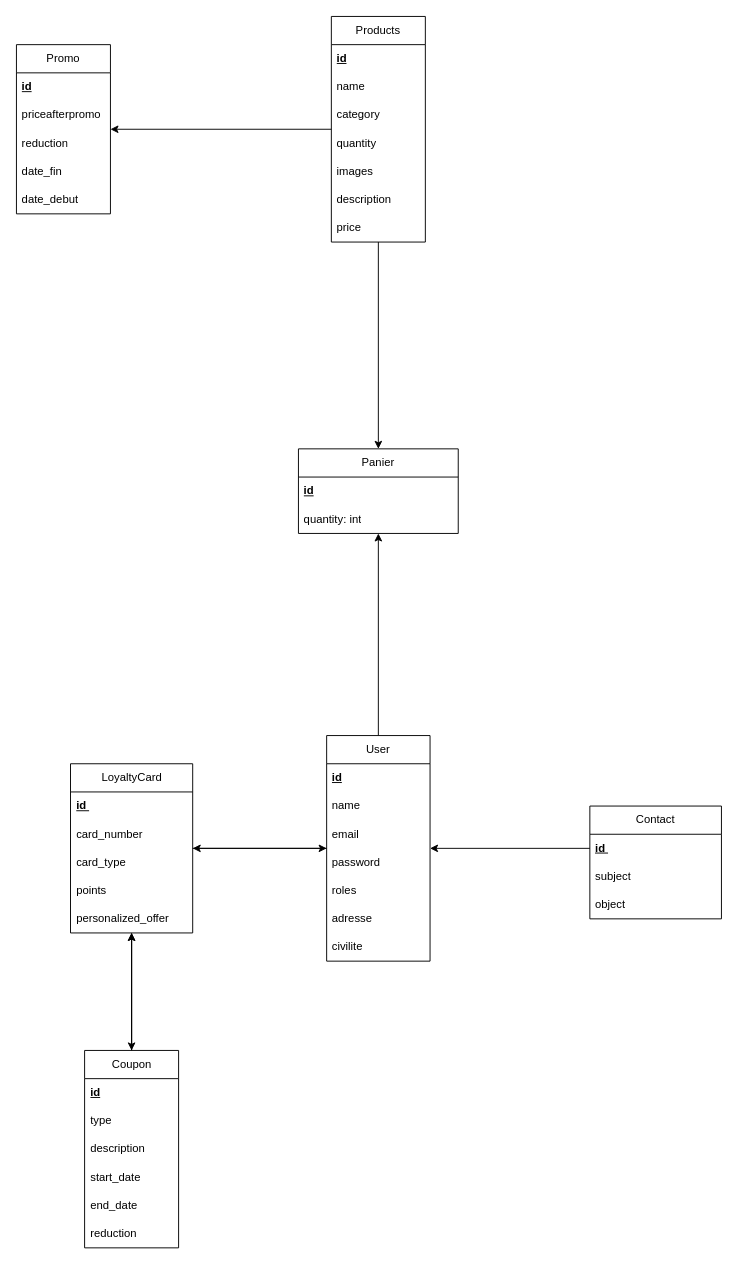
BanggEddy/UML-MeriseVitality keeps this draw.io diagram as officiel/MPD Vitality draw.drawio. Above is the earlier version. Source tidied: cells renumbered, new cells numbered last; positions are measured from the earlier drawing's top-left corner, leaving out a move shared by most shapes. Both pictures are drawn from the tidied source at 94%, with x=0, y=0 at pixel (16, 16).
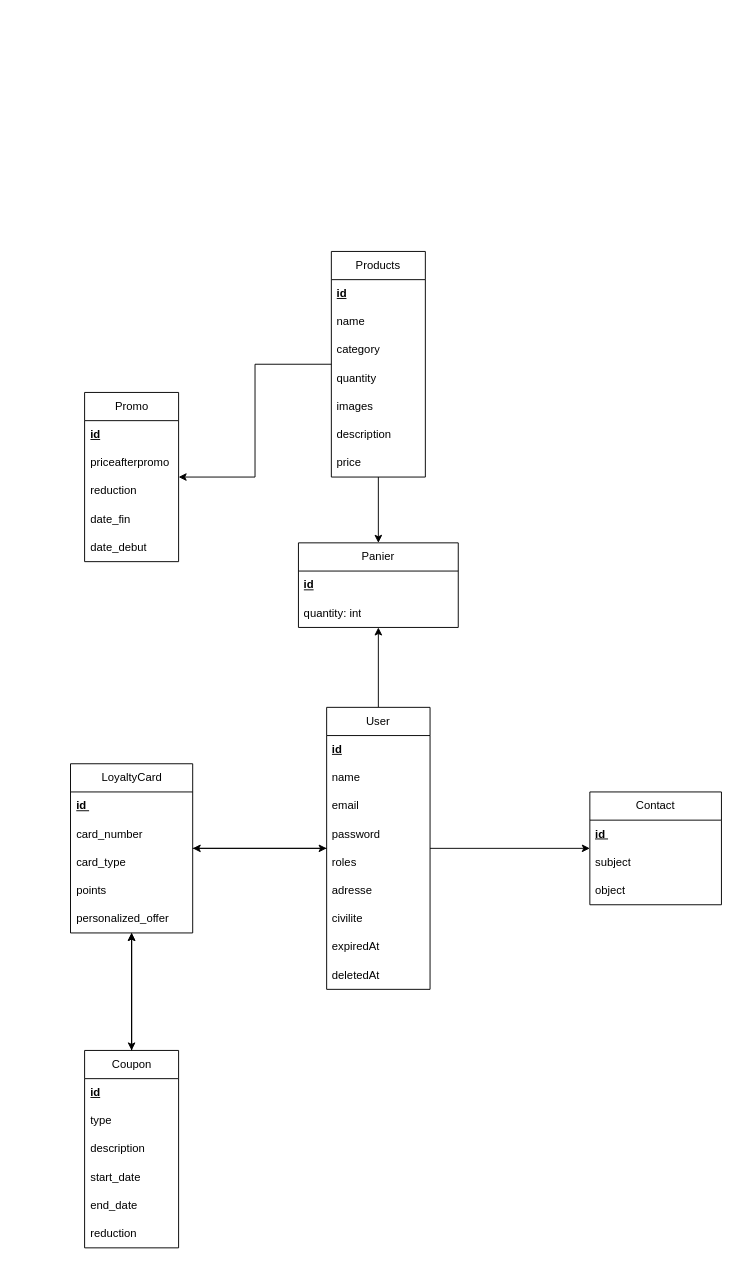
Above is the later version.

The change refers to these unchanged cells:
```xml
<mxCell id="3" value="&lt;b&gt;&lt;u&gt;id&amp;nbsp;&lt;/u&gt;&lt;/b&gt;" style="text;strokeColor=none;fillColor=none;align=left;verticalAlign=middle;spacingLeft=4;spacingRight=4;overflow=hidden;points=[[0,0.5],[1,0.5]];portConstraint=eastwest;whiteSpace=wrap;html=1;" parent="2" vertex="1">
  <mxGeometry y="30" width="140" height="30" as="geometry" />
</mxCell>
```

Diff of the diagram source:
```diff
@@
     <mxCell id="2" value="Contact" style="swimlane;fontStyle=0;horizontal=1;startSize=30;whiteSpace=wrap;html=1;" parent="1" vertex="1">
-      <mxGeometry x="610" y="840" width="140" height="120" as="geometry" />
+      <mxGeometry x="610" y="825" width="140" height="120" as="geometry" />
     </mxCell>
@@
     <mxCell id="25" value="Products" style="swimlane;fontStyle=0;horizontal=1;startSize=30;whiteSpace=wrap;html=1;" parent="1" vertex="1">
-      <mxGeometry x="335" width="100" height="240" as="geometry" />
+      <mxGeometry x="335" y="250" width="100" height="240" as="geometry" />
     </mxCell>
@@
     <mxCell id="33" value="Promo" style="swimlane;fontStyle=0;horizontal=1;startSize=30;whiteSpace=wrap;html=1;" parent="1" vertex="1">
-      <mxGeometry y="30" width="100" height="180" as="geometry" />
+      <mxGeometry x="72.5" y="400" width="100" height="180" as="geometry" />
     </mxCell>
@@
+    <mxCell id="53" style="edgeStyle=orthogonalEdgeStyle;rounded=0;jettySize=auto;html=1;" parent="1" edge="1" source="41" target="2">
+      <mxGeometry relative="1" as="geometry" />
+    </mxCell>
     <mxCell id="41" value="User" style="swimlane;fontStyle=0;horizontal=1;startSize=30;whiteSpace=wrap;html=1;" parent="1" vertex="1">
-      <mxGeometry x="330" y="765" width="110" height="240" as="geometry" />
+      <mxGeometry x="330" y="735" width="110" height="300" as="geometry" />
     </mxCell>
@@
+    <mxCell id="54" value="expiredAt" style="text;strokeColor=none;fillColor=none;align=left;verticalAlign=middle;spacingLeft=4;spacingRight=4;overflow=hidden;whiteSpace=wrap;html=1;" parent="41" vertex="1">
+      <mxGeometry y="240" width="110" height="30" as="geometry" />
+    </mxCell>
+    <mxCell id="55" value="deletedAt" style="text;strokeColor=none;fillColor=none;align=left;verticalAlign=middle;spacingLeft=4;spacingRight=4;overflow=hidden;whiteSpace=wrap;html=1;" parent="41" vertex="1">
+      <mxGeometry y="270" width="110" height="30" as="geometry" />
+    </mxCell>
     <mxCell id="49" value="Panier" style="swimlane;fontStyle=0;horizontal=1;startSize=30;whiteSpace=wrap;html=1;" parent="1" vertex="1">
-      <mxGeometry x="300" y="460" width="170" height="90" as="geometry" />
+      <mxGeometry x="300" y="560" width="170" height="90" as="geometry" />
     </mxCell>
@@
-    <mxCell id="52" style="edgeStyle=orthogonalEdgeStyle;rounded=0;jettySize=auto;html=1;" parent="1" edge="1" source="3" target="41">
-      <mxGeometry relative="1" as="geometry" />
-    </mxCell>
```
